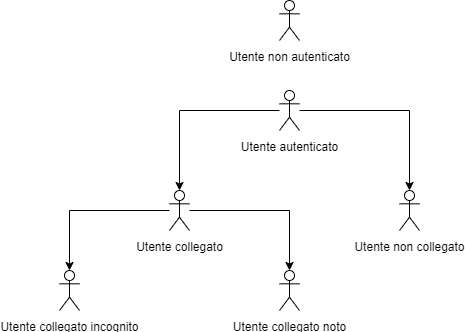
This is esterni/analisi-dei-requisiti/components/img/app_users.png from GruppOne/project-docs, a draw.io export, as it was before one commit. Source tidied: cells renumbered, new cells last; positions are measured from the earlier drawing's top-left corner, leaving out a move shared by most shapes.
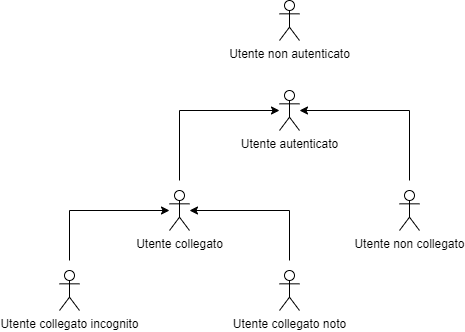
After the change.

What changed in the source:
```diff
@@ -5,11 +5,24 @@
     <mxCell id="2" value="Utente non autenticato" style="shape=umlActor;verticalLabelPosition=bottom;labelBackgroundColor=#ffffff;verticalAlign=top;html=1;" parent="1" vertex="1">
       <mxGeometry x="220" width="20" height="40" as="geometry" />
     </mxCell>
-    <mxCell id="3" style="edgeStyle=orthogonalEdgeStyle;rounded=0;jettySize=auto;html=1;" parent="1" edge="1" source="5" target="9">
-      <mxGeometry relative="1" as="geometry" />
+    <mxCell id="3" style="edgeStyle=orthogonalEdgeStyle;rounded=0;orthogonalLoop=1;jettySize=auto;html=1;" parent="1" edge="1">
+      <mxGeometry relative="1" as="geometry">
+        <mxPoint x="120" y="180" as="sourcePoint" />
+        <mxPoint x="220" y="110" as="targetPoint" />
+        <Array as="points">
+          <mxPoint x="120" y="180" />
+          <mxPoint x="120" y="110" />
+        </Array>
+      </mxGeometry>
     </mxCell>
-    <mxCell id="4" style="edgeStyle=orthogonalEdgeStyle;rounded=0;jettySize=auto;html=1;" parent="1" edge="1" source="5" target="6">
-      <mxGeometry relative="1" as="geometry" />
+    <mxCell id="4" style="edgeStyle=orthogonalEdgeStyle;rounded=0;orthogonalLoop=1;jettySize=auto;html=1;" parent="1" edge="1">
+      <mxGeometry relative="1" as="geometry">
+        <mxPoint x="350" y="180" as="sourcePoint" />
+        <mxPoint x="240" y="110" as="targetPoint" />
+        <Array as="points">
+          <mxPoint x="350" y="110" />
+        </Array>
+      </mxGeometry>
     </mxCell>
     <mxCell id="5" value="Utente autenticato" style="shape=umlActor;verticalLabelPosition=bottom;labelBackgroundColor=#ffffff;verticalAlign=top;html=1;" parent="1" vertex="1">
       <mxGeometry x="220" y="90" width="20" height="40" as="geometry" />
@@ -17,11 +30,23 @@
     <mxCell id="6" value="Utente non collegato" style="shape=umlActor;verticalLabelPosition=bottom;labelBackgroundColor=#ffffff;verticalAlign=top;html=1;" parent="1" vertex="1">
       <mxGeometry x="340" y="190" width="20" height="40" as="geometry" />
     </mxCell>
-    <mxCell id="7" style="edgeStyle=orthogonalEdgeStyle;rounded=0;jettySize=auto;html=1;" parent="1" edge="1" source="9" target="11">
-      <mxGeometry relative="1" as="geometry" />
+    <mxCell id="7" style="edgeStyle=orthogonalEdgeStyle;rounded=0;orthogonalLoop=1;jettySize=auto;html=1;" parent="1" edge="1">
+      <mxGeometry relative="1" as="geometry">
+        <mxPoint x="10" y="260" as="sourcePoint" />
+        <mxPoint x="110" y="210" as="targetPoint" />
+        <Array as="points">
+          <mxPoint x="10" y="210" />
+        </Array>
+      </mxGeometry>
     </mxCell>
-    <mxCell id="8" style="edgeStyle=orthogonalEdgeStyle;rounded=0;jettySize=auto;html=1;" parent="1" edge="1" source="9" target="10">
-      <mxGeometry relative="1" as="geometry" />
+    <mxCell id="8" style="edgeStyle=orthogonalEdgeStyle;rounded=0;orthogonalLoop=1;jettySize=auto;html=1;" parent="1" edge="1">
+      <mxGeometry relative="1" as="geometry">
+        <mxPoint x="230" y="260" as="sourcePoint" />
+        <mxPoint x="130" y="210" as="targetPoint" />
+        <Array as="points">
+          <mxPoint x="230" y="210" />
+        </Array>
+      </mxGeometry>
     </mxCell>
     <mxCell id="9" value="Utente collegato" style="shape=umlActor;verticalLabelPosition=bottom;labelBackgroundColor=#ffffff;verticalAlign=top;html=1;" parent="1" vertex="1">
       <mxGeometry x="110" y="190" width="20" height="40" as="geometry" />
```
